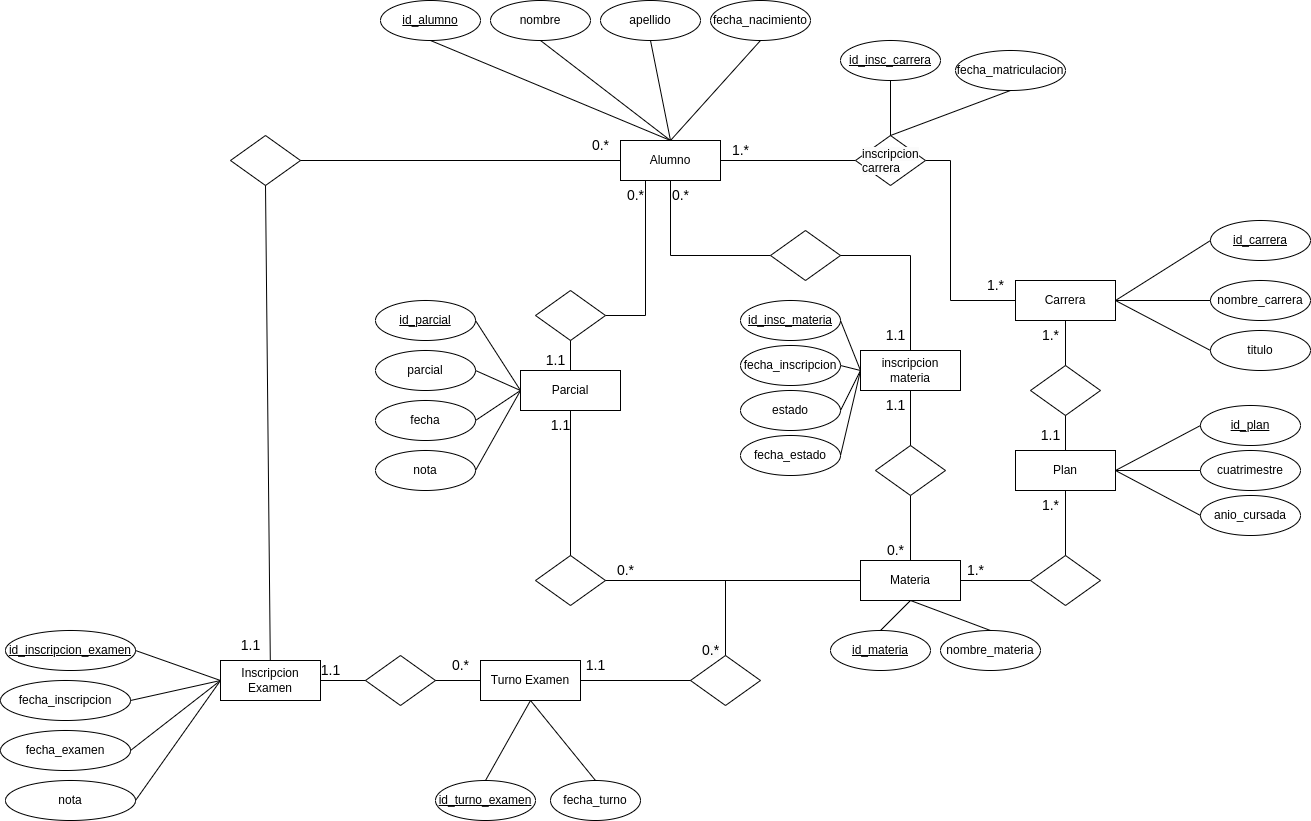
Before: TP1/der.drawio.png, a diagram exported from draw.io (ManuelFerreras/BaseDeDatosII). Source tidied: cells renumbered, new cells last; positions are measured from the earlier drawing's top-left corner, leaving out a move shared by most shapes.
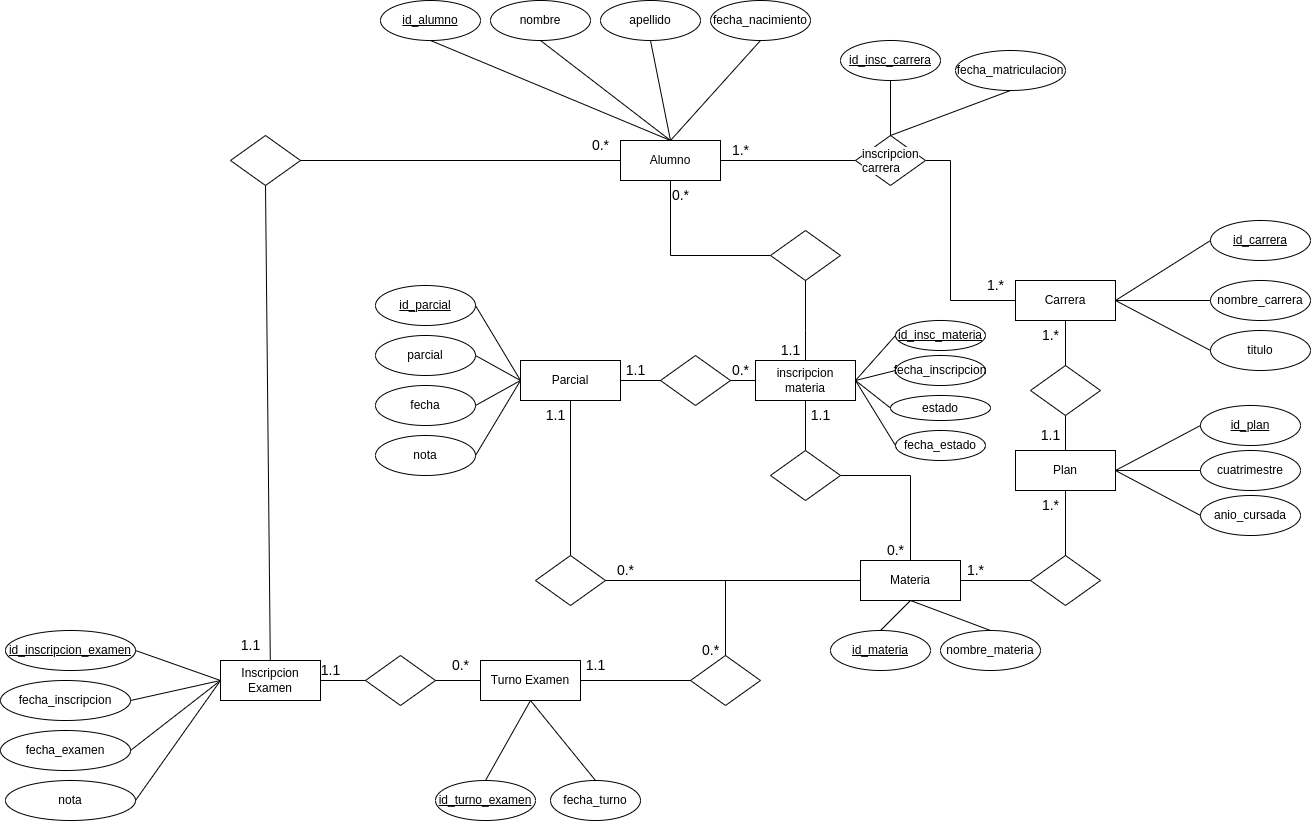
After the commit.

The edit, as a diff of the source:
```diff
@@ -30,10 +30,10 @@
       <mxGeometry x="1200" y="450" width="100" height="40" as="geometry" />
     </mxCell>
     <mxCell id="11" value="inscripcion materia" style="whiteSpace=wrap;html=1;align=center;" parent="1" vertex="1">
-      <mxGeometry x="860" y="350" width="100" height="40" as="geometry" />
+      <mxGeometry x="755" y="360" width="100" height="40" as="geometry" />
     </mxCell>
     <mxCell id="12" value="Parcial" style="whiteSpace=wrap;html=1;align=center;" parent="1" vertex="1">
-      <mxGeometry x="520" y="370" width="100" height="40" as="geometry" />
+      <mxGeometry x="520" y="360" width="100" height="40" as="geometry" />
     </mxCell>
     <mxCell id="13" value="Inscripcion Examen" style="whiteSpace=wrap;html=1;align=center;" parent="1" vertex="1">
       <mxGeometry x="220" y="660" width="100" height="40" as="geometry" />
@@ -81,10 +81,10 @@
       <mxGeometry x="5" y="630" width="130" height="40" as="geometry" />
     </mxCell>
     <mxCell id="28" value="&lt;u&gt;id_parcial&lt;/u&gt;" style="ellipse;whiteSpace=wrap;html=1;align=center;" parent="1" vertex="1">
-      <mxGeometry x="375" y="300" width="100" height="40" as="geometry" />
+      <mxGeometry x="375" y="285" width="100" height="40" as="geometry" />
     </mxCell>
     <mxCell id="29" value="&lt;u&gt;id_insc_materia&lt;/u&gt;" style="ellipse;whiteSpace=wrap;html=1;align=center;" parent="1" vertex="1">
-      <mxGeometry x="740" y="300" width="100" height="40" as="geometry" />
+      <mxGeometry x="895" y="320" width="90" height="30" as="geometry" />
     </mxCell>
     <mxCell id="30" value="&lt;u&gt;id_insc_carrera&lt;/u&gt;" style="ellipse;whiteSpace=wrap;html=1;align=center;" parent="1" vertex="1">
       <mxGeometry x="840" y="40" width="100" height="40" as="geometry" />
@@ -124,8 +124,12 @@
         </Array>
       </mxGeometry>
     </mxCell>
-    <mxCell id="39" style="endArrow=none;html=1;rounded=0;entryX=0.5;entryY=1;entryDx=0;entryDy=0;exitX=0.5;exitY=0;exitDx=0;exitDy=0;" parent="1" edge="1" source="5" target="46">
-      <mxGeometry relative="1" as="geometry" />
+    <mxCell id="39" style="endArrow=none;html=1;rounded=0;entryX=1;entryY=0.5;entryDx=0;entryDy=0;exitX=0.5;exitY=0;exitDx=0;exitDy=0;" parent="1" edge="1" source="5" target="46">
+      <mxGeometry relative="1" as="geometry">
+        <Array as="points">
+          <mxPoint x="910" y="475" />
+        </Array>
+      </mxGeometry>
     </mxCell>
     <mxCell id="40" style="endArrow=none;html=1;rounded=0;entryX=0.5;entryY=1;entryDx=0;entryDy=0;exitX=0.5;exitY=0;exitDx=0;exitDy=0;" parent="1" edge="1" source="25" target="5">
       <mxGeometry relative="1" as="geometry" />
@@ -142,11 +146,8 @@
     <mxCell id="44" style="endArrow=none;html=1;rounded=0;entryX=0.5;entryY=0;entryDx=0;entryDy=0;exitX=0.5;exitY=1;exitDx=0;exitDy=0;" parent="1" edge="1" source="4" target="43">
       <mxGeometry relative="1" as="geometry" />
     </mxCell>
-    <mxCell id="45" style="endArrow=none;html=1;rounded=0;entryX=1;entryY=0.5;entryDx=0;entryDy=0;exitX=0;exitY=0.5;exitDx=0;exitDy=0;" parent="1" edge="1" source="11" target="29">
-      <mxGeometry relative="1" as="geometry" />
-    </mxCell>
     <mxCell id="46" style="shape=rhombus;perimeter=rhombusPerimeter;whiteSpace=wrap;html=1;align=center;" parent="1" vertex="1">
-      <mxGeometry x="875" y="445" width="70" height="50" as="geometry" />
+      <mxGeometry x="770" y="450" width="70" height="50" as="geometry" />
     </mxCell>
     <mxCell id="47" style="endArrow=none;html=1;rounded=0;entryX=0.5;entryY=1;entryDx=0;entryDy=0;exitX=0.5;exitY=0;exitDx=0;exitDy=0;" parent="1" edge="1" source="46" target="11">
       <mxGeometry relative="1" as="geometry" />
@@ -167,34 +168,25 @@
       <mxGeometry relative="1" as="geometry" />
     </mxCell>
     <mxCell id="53" value="fecha_inscripcion" style="ellipse;whiteSpace=wrap;html=1;align=center;" parent="1" vertex="1">
-      <mxGeometry x="740" y="345" width="100" height="40" as="geometry" />
+      <mxGeometry x="895" y="355" width="90" height="30" as="geometry" />
     </mxCell>
     <mxCell id="54" value="estado" style="ellipse;whiteSpace=wrap;html=1;align=center;" parent="1" vertex="1">
-      <mxGeometry x="740" y="390" width="100" height="40" as="geometry" />
+      <mxGeometry x="890" y="395" width="100" height="25" as="geometry" />
     </mxCell>
     <mxCell id="55" value="fecha_matriculacion" style="ellipse;whiteSpace=wrap;html=1;align=center;" parent="1" vertex="1">
       <mxGeometry x="955" y="50" width="110" height="40" as="geometry" />
     </mxCell>
     <mxCell id="56" value="fecha_estado" style="ellipse;whiteSpace=wrap;html=1;align=center;" parent="1" vertex="1">
-      <mxGeometry x="740" y="435" width="100" height="40" as="geometry" />
+      <mxGeometry x="895" y="430" width="90" height="30" as="geometry" />
     </mxCell>
-    <mxCell id="57" style="endArrow=none;html=1;rounded=0;entryX=1;entryY=0.5;entryDx=0;entryDy=0;exitX=0;exitY=0.5;exitDx=0;exitDy=0;" parent="1" edge="1" source="11" target="53">
-      <mxGeometry relative="1" as="geometry" />
-    </mxCell>
-    <mxCell id="58" style="endArrow=none;html=1;rounded=0;entryX=1;entryY=0.5;entryDx=0;entryDy=0;exitX=0;exitY=0.5;exitDx=0;exitDy=0;" parent="1" edge="1" source="11" target="54">
-      <mxGeometry relative="1" as="geometry" />
-    </mxCell>
-    <mxCell id="59" style="endArrow=none;html=1;rounded=0;entryX=1;entryY=0.5;entryDx=0;entryDy=0;exitX=0;exitY=0.5;exitDx=0;exitDy=0;" parent="1" edge="1" source="11" target="56">
-      <mxGeometry relative="1" as="geometry" />
-    </mxCell>
     <mxCell id="60" value="parcial" style="ellipse;whiteSpace=wrap;html=1;align=center;" parent="1" vertex="1">
-      <mxGeometry x="375" y="350" width="100" height="40" as="geometry" />
+      <mxGeometry x="375" y="335" width="100" height="40" as="geometry" />
     </mxCell>
     <mxCell id="61" value="fecha" style="ellipse;whiteSpace=wrap;html=1;align=center;" parent="1" vertex="1">
-      <mxGeometry x="375" y="400" width="100" height="40" as="geometry" />
+      <mxGeometry x="375" y="385" width="100" height="40" as="geometry" />
     </mxCell>
     <mxCell id="62" value="nota" style="ellipse;whiteSpace=wrap;html=1;align=center;" parent="1" vertex="1">
-      <mxGeometry x="375" y="450" width="100" height="40" as="geometry" />
+      <mxGeometry x="375" y="435" width="100" height="40" as="geometry" />
     </mxCell>
     <mxCell id="63" style="endArrow=none;html=1;rounded=0;entryX=1;entryY=0.5;entryDx=0;entryDy=0;exitX=0;exitY=0.5;exitDx=0;exitDy=0;" parent="1" edge="1" source="12" target="28">
       <mxGeometry relative="1" as="geometry" />
@@ -232,10 +224,10 @@
     <mxCell id="74" style="shape=rhombus;perimeter=rhombusPerimeter;whiteSpace=wrap;html=1;align=center;" parent="1" vertex="1">
       <mxGeometry x="770" y="230" width="70" height="50" as="geometry" />
     </mxCell>
-    <mxCell id="75" style="endArrow=none;html=1;rounded=0;entryX=1;entryY=0.5;entryDx=0;entryDy=0;exitX=0.5;exitY=0;exitDx=0;exitDy=0;" parent="1" edge="1" source="11" target="74">
+    <mxCell id="75" style="endArrow=none;html=1;rounded=0;entryX=0.5;entryY=1;entryDx=0;entryDy=0;exitX=0.5;exitY=0;exitDx=0;exitDy=0;" parent="1" edge="1" source="11" target="74">
       <mxGeometry relative="1" as="geometry">
         <Array as="points">
-          <mxPoint x="910" y="255" />
+          <mxPoint x="805" y="330" />
         </Array>
       </mxGeometry>
     </mxCell>
@@ -248,19 +240,11 @@
     <mxCell id="78" style="endArrow=none;html=1;rounded=0;entryX=1;entryY=0.5;entryDx=0;entryDy=0;exitX=0;exitY=0.5;exitDx=0;exitDy=0;" parent="1" edge="1" source="13" target="71">
       <mxGeometry relative="1" as="geometry" />
     </mxCell>
-    <mxCell id="79" style="endArrow=none;html=1;rounded=0;entryX=0.25;entryY=1;entryDx=0;entryDy=0;exitX=1;exitY=0.5;exitDx=0;exitDy=0;" parent="1" edge="1" source="80" target="2">
-      <mxGeometry relative="1" as="geometry">
-        <Array as="points">
-          <mxPoint x="645" y="315" />
-        </Array>
-      </mxGeometry>
-    </mxCell>
-    <mxCell id="80" style="shape=rhombus;perimeter=rhombusPerimeter;whiteSpace=wrap;html=1;align=center;" parent="1" vertex="1">
-      <mxGeometry x="535" y="290" width="70" height="50" as="geometry" />
-    </mxCell>
-    <mxCell id="81" style="endArrow=none;html=1;rounded=0;exitX=0.5;exitY=0;exitDx=0;exitDy=0;" parent="1" edge="1" source="12">
+    <mxCell id="81" style="endArrow=none;html=1;rounded=0;exitX=0;exitY=0.5;exitDx=0;exitDy=0;entryX=0.938;entryY=0.523;entryDx=0;entryDy=0;entryPerimeter=0;" parent="1" edge="1" source="11" target="121">
       <mxGeometry relative="1" as="geometry">
-        <mxPoint x="570" y="340" as="targetPoint" />
+        <Array as="points">
+          <mxPoint x="730" y="380" />
+        </Array>
       </mxGeometry>
     </mxCell>
     <mxCell id="82" style="endArrow=none;html=1;rounded=0;entryX=0.5;entryY=1;entryDx=0;entryDy=0;exitX=0.5;exitY=0;exitDx=0;exitDy=0;" parent="1" edge="1" source="83" target="12">
@@ -334,14 +318,11 @@
       <mxGeometry x="605" y="555" width="40" height="30" as="geometry" />
     </mxCell>
     <mxCell id="104" value="&lt;font style=&quot;font-size: 14px;&quot;&gt;1.1&lt;/font&gt;" style="text;html=1;align=center;verticalAlign=middle;strokeColor=none;fillColor=none;" parent="1" vertex="1">
-      <mxGeometry x="540" y="410" width="40" height="30" as="geometry" />
+      <mxGeometry x="535" y="400" width="40" height="30" as="geometry" />
     </mxCell>
-    <mxCell id="105" value="&lt;font style=&quot;font-size: 14px;&quot;&gt;1.1&lt;/font&gt;" style="text;html=1;align=center;verticalAlign=middle;strokeColor=none;fillColor=none;" parent="1" vertex="1">
-      <mxGeometry x="535" y="345" width="40" height="30" as="geometry" />
+    <mxCell id="105" value="&lt;span style=&quot;font-size: 14px;&quot;&gt;0.*&lt;/span&gt;" style="text;html=1;align=center;verticalAlign=middle;strokeColor=none;fillColor=none;" parent="1" vertex="1">
+      <mxGeometry x="720" y="355" width="40" height="30" as="geometry" />
     </mxCell>
-    <mxCell id="106" value="&lt;font style=&quot;font-size: 14px;&quot;&gt;0.*&lt;/font&gt;" style="text;html=1;align=center;verticalAlign=middle;strokeColor=none;fillColor=none;" parent="1" vertex="1">
-      <mxGeometry x="615" y="180" width="40" height="30" as="geometry" />
-    </mxCell>
     <mxCell id="107" value="&lt;font style=&quot;font-size: 14px;&quot;&gt;1.1&lt;/font&gt;" style="text;html=1;align=center;verticalAlign=middle;strokeColor=none;fillColor=none;" parent="1" vertex="1">
       <mxGeometry x="230" y="630" width="40" height="30" as="geometry" />
     </mxCell>
@@ -352,7 +333,7 @@
       <mxGeometry x="660" y="180" width="40" height="30" as="geometry" />
     </mxCell>
     <mxCell id="110" value="&lt;font style=&quot;font-size: 14px;&quot;&gt;1.1&lt;/font&gt;" style="text;html=1;align=center;verticalAlign=middle;strokeColor=none;fillColor=none;" parent="1" vertex="1">
-      <mxGeometry x="875" y="320" width="40" height="30" as="geometry" />
+      <mxGeometry x="770" y="335" width="40" height="30" as="geometry" />
     </mxCell>
     <mxCell id="111" value="&lt;font style=&quot;font-size: 14px;&quot;&gt;1.1&lt;/font&gt;" style="text;html=1;align=center;verticalAlign=middle;strokeColor=none;fillColor=none;" parent="1" vertex="1">
       <mxGeometry x="310" y="655" width="40" height="30" as="geometry" />
@@ -361,7 +342,7 @@
       <mxGeometry x="440" y="650" width="40" height="30" as="geometry" />
     </mxCell>
     <mxCell id="113" value="&lt;font style=&quot;font-size: 14px;&quot;&gt;1.1&lt;/font&gt;" style="text;html=1;align=center;verticalAlign=middle;strokeColor=none;fillColor=none;" parent="1" vertex="1">
-      <mxGeometry x="875" y="390" width="40" height="30" as="geometry" />
+      <mxGeometry x="800" y="400" width="40" height="30" as="geometry" />
     </mxCell>
     <mxCell id="114" value="&lt;font style=&quot;font-size: 14px;&quot;&gt;0.*&lt;/font&gt;" style="text;html=1;align=center;verticalAlign=middle;strokeColor=none;fillColor=none;" parent="1" vertex="1">
       <mxGeometry x="875" y="535" width="40" height="30" as="geometry" />
@@ -372,5 +353,26 @@
     <mxCell id="116" style="endArrow=none;html=1;rounded=0;entryX=0.5;entryY=1;entryDx=0;entryDy=0;exitX=0.5;exitY=0;exitDx=0;exitDy=0;" parent="1" edge="1" source="2" target="115">
       <mxGeometry relative="1" as="geometry" />
     </mxCell>
+    <mxCell id="117" style="endArrow=none;html=1;rounded=0;entryX=1;entryY=0.5;entryDx=0;entryDy=0;exitX=0;exitY=0.5;exitDx=0;exitDy=0;" parent="1" edge="1" source="29" target="11">
+      <mxGeometry relative="1" as="geometry" />
+    </mxCell>
+    <mxCell id="118" style="endArrow=none;html=1;rounded=0;exitX=0;exitY=0.5;exitDx=0;exitDy=0;entryX=1;entryY=0.5;entryDx=0;entryDy=0;" parent="1" edge="1" source="53" target="11">
+      <mxGeometry relative="1" as="geometry" />
+    </mxCell>
+    <mxCell id="119" style="endArrow=none;html=1;rounded=0;exitX=0;exitY=0.5;exitDx=0;exitDy=0;entryX=1;entryY=0.5;entryDx=0;entryDy=0;" parent="1" edge="1" source="54" target="11">
+      <mxGeometry relative="1" as="geometry" />
+    </mxCell>
+    <mxCell id="120" style="endArrow=none;html=1;rounded=0;exitX=0;exitY=0.5;exitDx=0;exitDy=0;entryX=1;entryY=0.5;entryDx=0;entryDy=0;" parent="1" edge="1" source="56" target="11">
+      <mxGeometry relative="1" as="geometry" />
+    </mxCell>
+    <mxCell id="121" style="shape=rhombus;perimeter=rhombusPerimeter;whiteSpace=wrap;html=1;align=center;" parent="1" vertex="1">
+      <mxGeometry x="660" y="355" width="70" height="50" as="geometry" />
+    </mxCell>
+    <mxCell id="122" style="endArrow=none;html=1;rounded=0;entryX=1;entryY=0.5;entryDx=0;entryDy=0;exitX=0;exitY=0.5;exitDx=0;exitDy=0;" parent="1" edge="1" source="121" target="12">
+      <mxGeometry relative="1" as="geometry" />
+    </mxCell>
+    <mxCell id="123" value="&lt;span style=&quot;font-size: 14px;&quot;&gt;1.1&lt;/span&gt;" style="text;html=1;align=center;verticalAlign=middle;strokeColor=none;fillColor=none;" parent="1" vertex="1">
+      <mxGeometry x="615" y="355" width="40" height="30" as="geometry" />
+    </mxCell>
   </root>
 </mxGraphModel>
```
